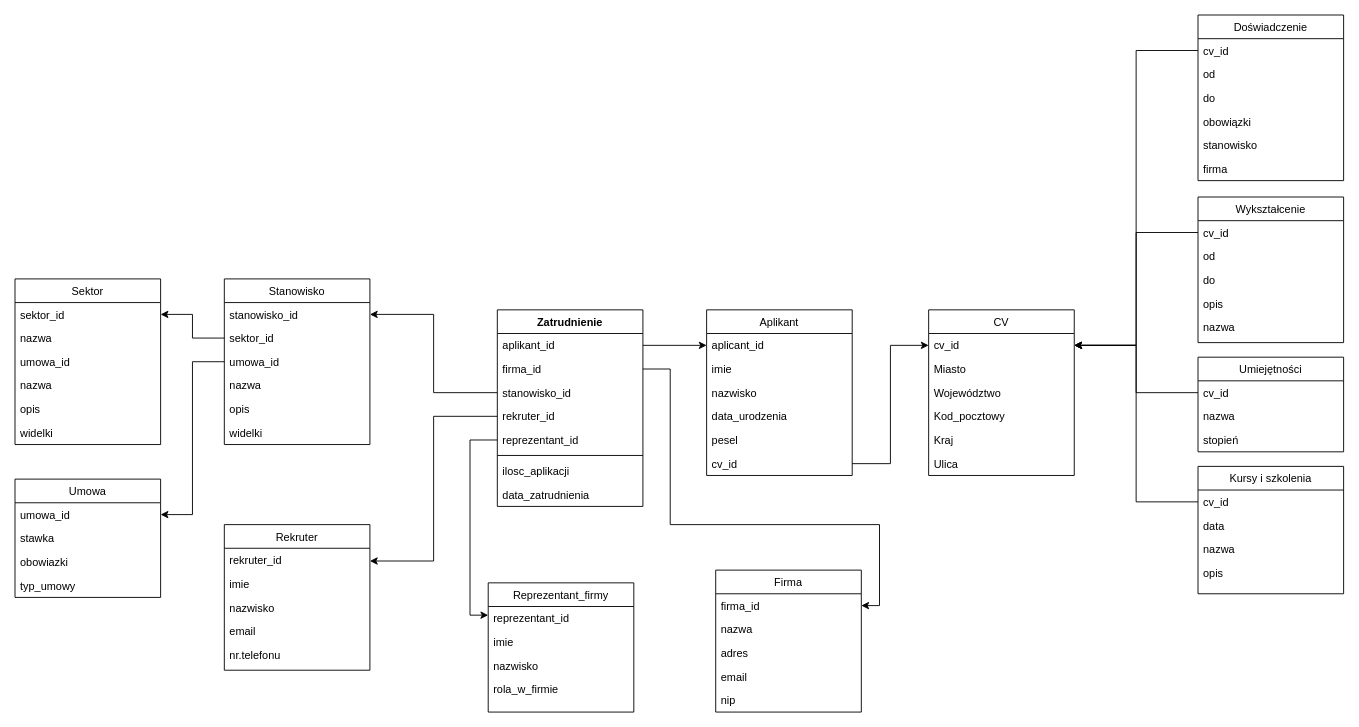
Paros998/ConverterJava keeps this draw.io diagram as Diagram bez tytułu.drawio. Above is the earlier version. Source tidied: cells renumbered, new cells numbered last; positions are measured from the earlier drawing's top-left corner, leaving out a move shared by most shapes. Both pictures are drawn from the tidied source at 91%, with x=0, y=0 at pixel (15, 15).
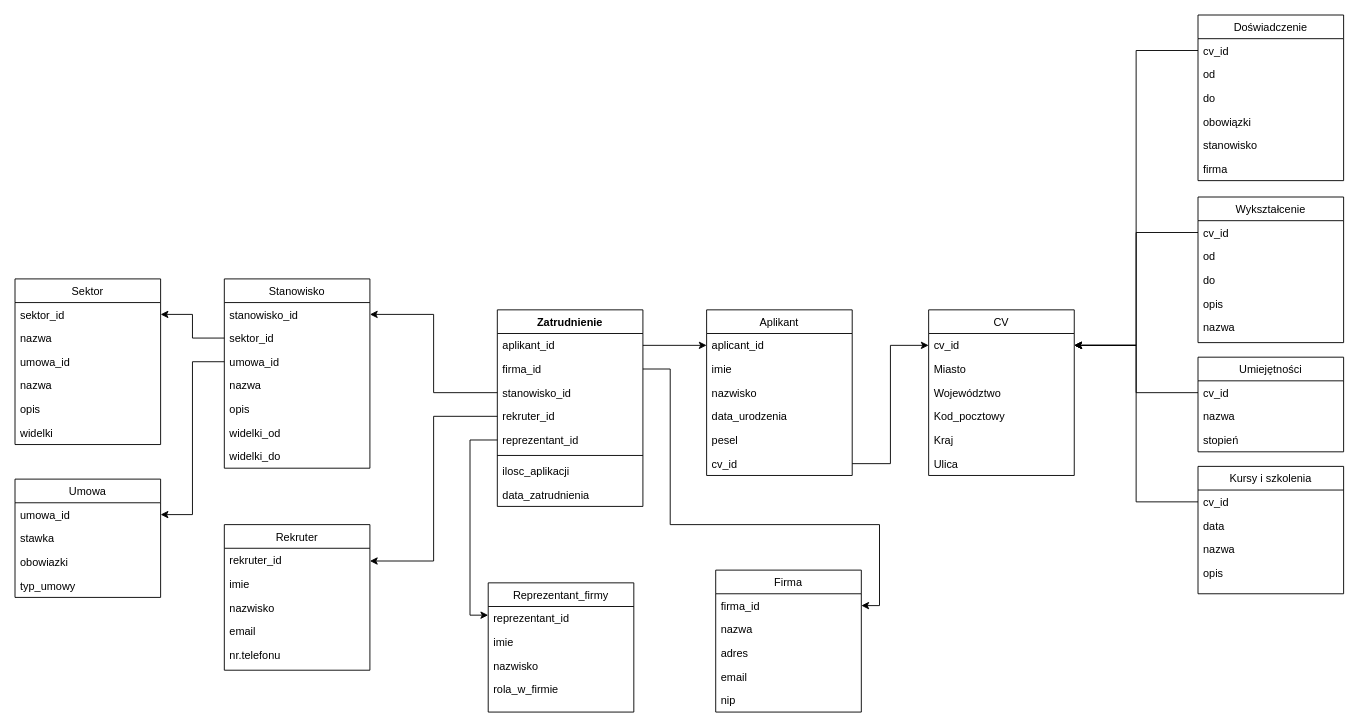
The same page after the edit.

The edit, as a diff of the source:
```diff
@@
     <mxCell id="67" value="Stanowisko" style="swimlane;fontStyle=0;align=center;verticalAlign=top;horizontal=1;startSize=26;rounded=0;shadow=0;strokeWidth=1;" parent="1" vertex="1">
-      <mxGeometry x="230" y="290" width="160" height="182" as="geometry" />
+      <mxGeometry x="230" y="290" width="160" height="208" as="geometry" />
     </mxCell>
@@
+    <mxCell id="95" value="widelki_od" style="text;align=left;verticalAlign=top;spacingLeft=4;spacingRight=4;overflow=hidden;rounded=0;shadow=0;html=0;" parent="67" vertex="1">
+      <mxGeometry y="156" width="160" height="26" as="geometry" />
+    </mxCell>
-    <mxCell id="73" value="widelki" style="text;align=left;verticalAlign=top;spacingLeft=4;spacingRight=4;overflow=hidden;rounded=0;shadow=0;html=0;" parent="67" vertex="1">
-      <mxGeometry y="156" width="160" height="26" as="geometry" />
+    <mxCell id="73" value="widelki_do" style="text;align=left;verticalAlign=top;spacingLeft=4;spacingRight=4;overflow=hidden;rounded=0;shadow=0;html=0;" parent="67" vertex="1">
+      <mxGeometry y="182" width="160" height="26" as="geometry" />
     </mxCell>
```
